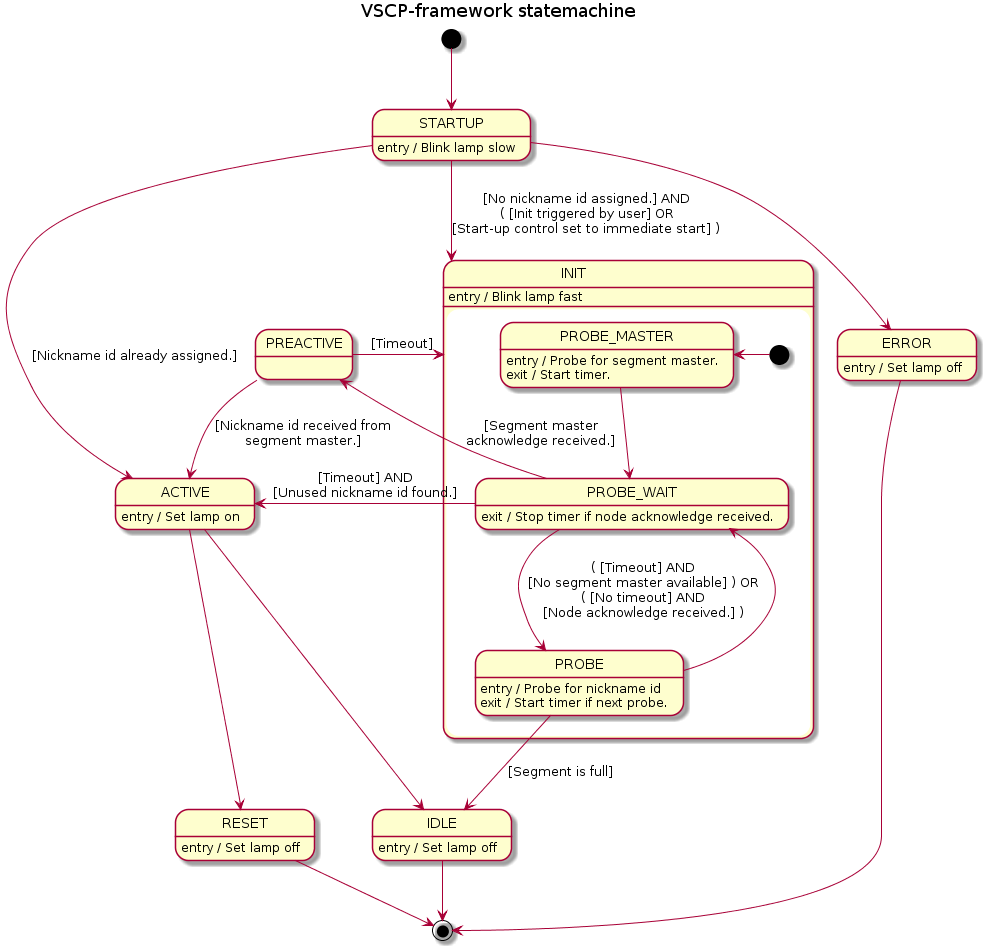
BlueAndi/vscp-framework keeps this PlantUML diagram as vscp/doc/vscp_core_statemachine.png. Above is the earlier version.
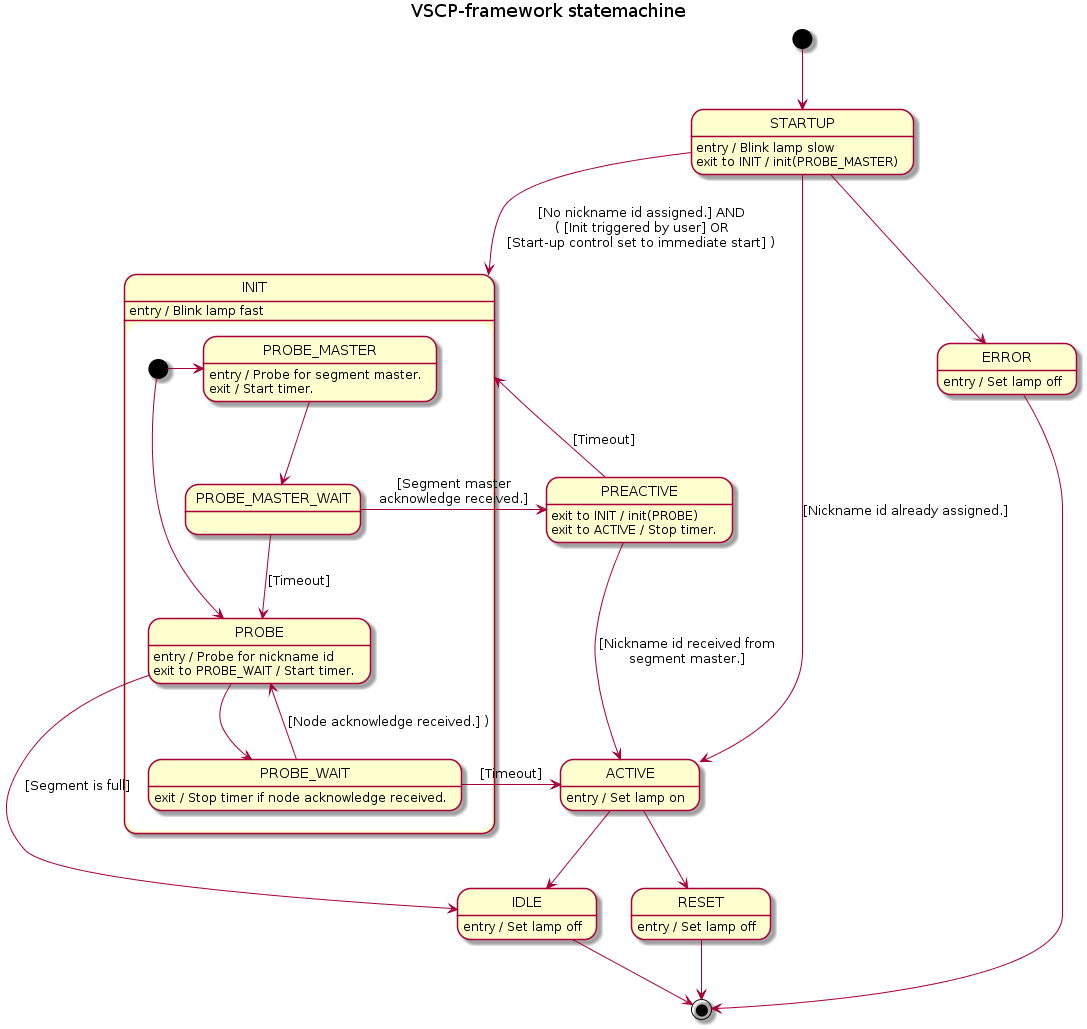
After the change.

Commit message:
Bugfix: If a segment master don't assign a nickname id, a infinite segment master probe loop occurred. Now the node starts own nickname id discovery, after segment master initialization timeout.

Diff of the diagram source:
```diff
@@ -1,9 +1,9 @@
 @startuml
 title VSCP-framework statemachine
 
-state STARTUP: entry / Blink lamp slow
+state STARTUP: entry / Blink lamp slow\nexit to INIT / init(PROBE_MASTER)
 state INIT: entry / Blink lamp fast
-state PREACTIVE
+state PREACTIVE: exit to INIT / init(PROBE)\nexit to ACTIVE / Stop timer.
 state ACTIVE: entry / Set lamp on
 state IDLE: entry / Set lamp off
 state RESET: entry / Set lamp off
@@ -18,19 +18,23 @@
 state INIT {
 
     state PROBE_MASTER: entry / Probe for segment master.\nexit / Start timer.
+    state PROBE_MASTER_WAIT
     state PROBE_WAIT: exit / Stop timer if node acknowledge received.
-    state PROBE: entry / Probe for nickname id\nexit / Start timer if next probe.
+    state PROBE: entry / Probe for nickname id\nexit to PROBE_WAIT / Start timer.
 
-    [*] -l-> PROBE_MASTER
+    [*] -> PROBE_MASTER
+    [*] --> PROBE
 
-    PROBE_MASTER --> PROBE_WAIT
+    PROBE_MASTER --> PROBE_MASTER_WAIT
 
-    PROBE_WAIT --> PROBE: ( [Timeout] AND\n[No segment master available] ) OR\n( [No timeout] AND\n[Node acknowledge received.] )
-    PROBE_WAIT --> PREACTIVE: [Segment master\nacknowledge received.]
-    PROBE_WAIT -> ACTIVE: [Timeout] AND\n[Unused nickname id found.]
+    PROBE_MASTER_WAIT --> PROBE: [Timeout]
+    PROBE_MASTER_WAIT -> PREACTIVE: [Segment master\nacknowledge received.]
 
     PROBE --> IDLE: [Segment is full]
     PROBE --> PROBE_WAIT
+
+    PROBE_WAIT --> PROBE: [Node acknowledge received.] )
+    PROBE_WAIT -> ACTIVE: [Timeout]
 }
 
 PREACTIVE -> INIT: [Timeout]
```
